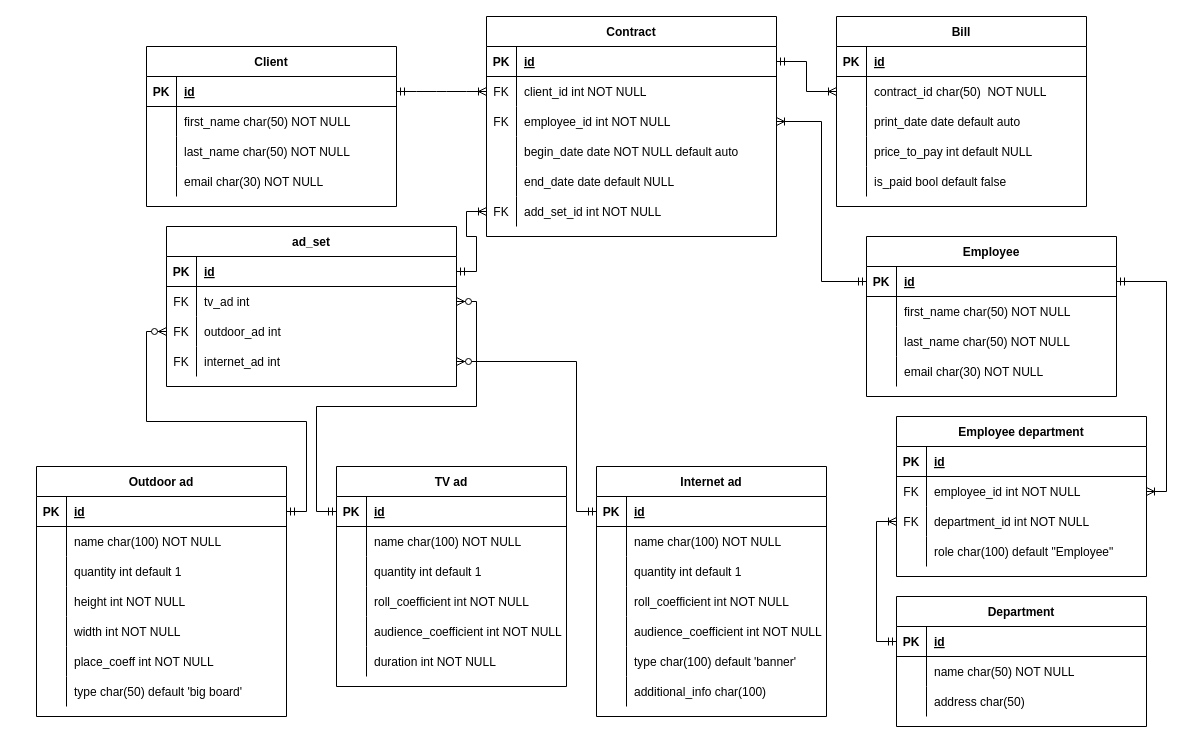
Earlier version of the draw.io diagram AgencySchema.drawio (vittrum/dbc_adv_agency). Source tidied: cells renumbered, new cells numbered last; positions are measured from the earlier drawing's top-left corner, leaving out a move shared by most shapes. Both pictures are drawn from the tidied source at 100%, with x=0, y=0 at pixel (36, 16).
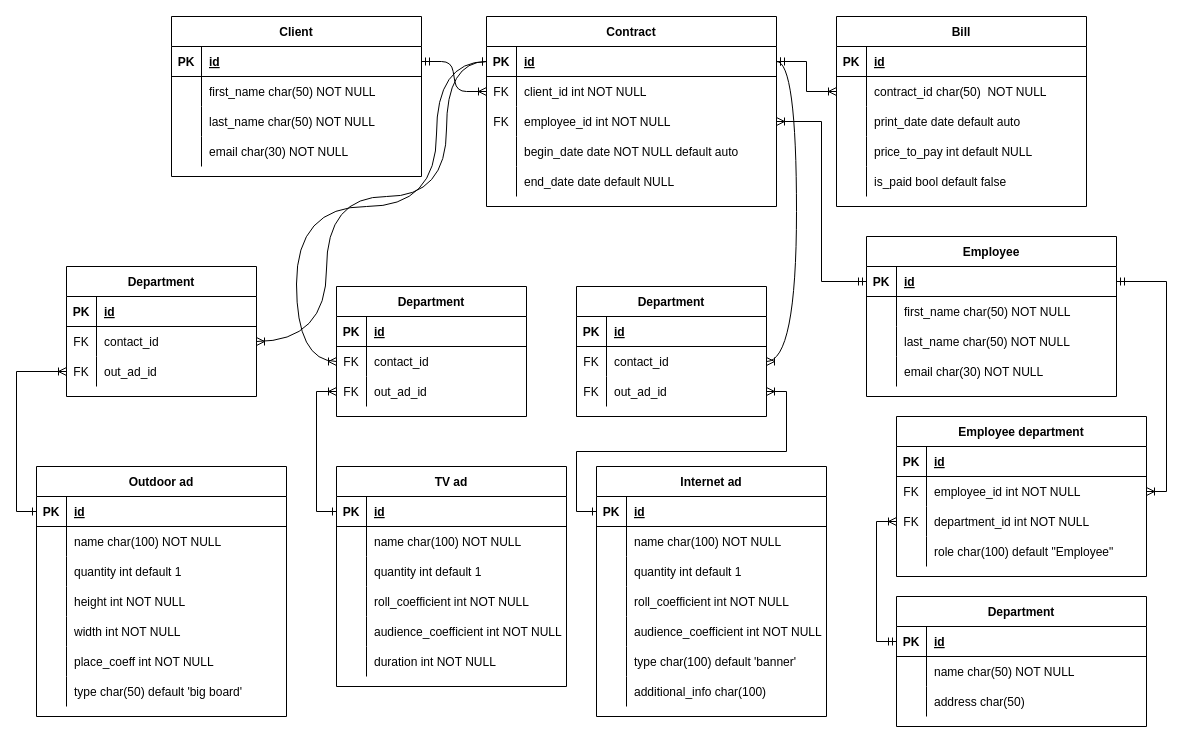
The same diagram, later.

Unchanged cells that the change refers to:
```xml
<mxCell id="4" style="shape=partialRectangle;fillColor=none;points=[[0,0.5],[1,0.5]];portConstraint=eastwest;top=0;left=0;right=0;bottom=1;" parent="3" vertex="1">
  <mxGeometry y="30" width="290" height="30" as="geometry" />
</mxCell>
<mxCell id="92" style="shape=partialRectangle;fillColor=none;points=[[0,0.5],[1,0.5]];portConstraint=eastwest;top=0;left=0;right=0;bottom=1;" parent="91" vertex="1">
  <mxGeometry y="30" width="250" height="30" as="geometry" />
</mxCell>
<mxCell id="114" style="shape=partialRectangle;fillColor=none;points=[[0,0.5],[1,0.5]];portConstraint=eastwest;top=0;left=0;right=0;bottom=1;" parent="113" vertex="1">
  <mxGeometry y="30" width="230" height="30" as="geometry" />
</mxCell>
<mxCell id="133" style="shape=partialRectangle;fillColor=none;points=[[0,0.5],[1,0.5]];portConstraint=eastwest;top=0;left=0;right=0;bottom=1;" parent="132" vertex="1">
  <mxGeometry y="30" width="230" height="30" as="geometry" />
</mxCell>
```

The edit, as a diff of the source:
```diff
@@
     <mxCell id="3" value="Contract" style="shape=table;startSize=30;childLayout=tableLayout;rowLines=0;fontStyle=1;align=center;" parent="1" vertex="1">
-      <mxGeometry x="450" width="290" height="220" as="geometry" />
+      <mxGeometry x="450" width="290" height="190" as="geometry" />
     </mxCell>
@@
-    <mxCell id="19" style="shape=partialRectangle;fillColor=none;points=[[0,0.5],[1,0.5]];portConstraint=eastwest;top=0;left=0;right=0;bottom=0;" parent="3" vertex="1">
-      <mxGeometry y="180" width="290" height="30" as="geometry" />
-    </mxCell>
-    <mxCell id="20" value="FK" style="shape=partialRectangle;overflow=hidden;fillColor=none;top=0;left=0;bottom=0;right=0;" parent="19" vertex="1">
-      <mxGeometry width="30" height="30" as="geometry" />
-    </mxCell>
-    <mxCell id="21" value="add_set_id int NOT NULL" style="shape=partialRectangle;overflow=hidden;fillColor=none;top=0;left=0;bottom=0;right=0;align=left;spacingLeft=6;" parent="19" vertex="1">
-      <mxGeometry x="30" width="260" height="30" as="geometry" />
-    </mxCell>
     <mxCell id="22" value="Client" style="shape=table;startSize=30;childLayout=tableLayout;rowLines=0;fontStyle=1;align=center;" parent="1" vertex="1">
-      <mxGeometry x="110" y="30" width="250" height="160" as="geometry" />
+      <mxGeometry x="135" width="250" height="160" as="geometry" />
     </mxCell>
@@
-    <mxCell id="154" value="ad_set" style="shape=table;startSize=30;childLayout=tableLayout;rowLines=0;fontStyle=1;align=center;" parent="1" vertex="1">
-      <mxGeometry x="130" y="210" width="290" height="160" as="geometry" />
-    </mxCell>
-    <mxCell id="155" style="shape=partialRectangle;fillColor=none;points=[[0,0.5],[1,0.5]];portConstraint=eastwest;top=0;left=0;right=0;bottom=1;" parent="154" vertex="1">
-      <mxGeometry y="30" width="290" height="30" as="geometry" />
-    </mxCell>
-    <mxCell id="156" value="PK" style="shape=partialRectangle;overflow=hidden;fillColor=none;top=0;left=0;bottom=0;right=0;fontStyle=1;" parent="155" vertex="1">
-      <mxGeometry width="30" height="30" as="geometry" />
-    </mxCell>
-    <mxCell id="157" value="id" style="shape=partialRectangle;overflow=hidden;fillColor=none;top=0;left=0;bottom=0;right=0;align=left;spacingLeft=6;fontStyle=5;" parent="155" vertex="1">
-      <mxGeometry x="30" width="260" height="30" as="geometry" />
-    </mxCell>
-    <mxCell id="158" style="shape=partialRectangle;fillColor=none;points=[[0,0.5],[1,0.5]];portConstraint=eastwest;top=0;left=0;right=0;bottom=0;" parent="154" vertex="1">
-      <mxGeometry y="60" width="290" height="30" as="geometry" />
-    </mxCell>
-    <mxCell id="159" value="FK" style="shape=partialRectangle;overflow=hidden;fillColor=none;top=0;left=0;bottom=0;right=0;" parent="158" vertex="1">
-      <mxGeometry width="30" height="30" as="geometry" />
-    </mxCell>
-    <mxCell id="160" value="tv_ad int " style="shape=partialRectangle;overflow=hidden;fillColor=none;top=0;left=0;bottom=0;right=0;align=left;spacingLeft=6;" parent="158" vertex="1">
-      <mxGeometry x="30" width="260" height="30" as="geometry" />
-    </mxCell>
-    <mxCell id="161" style="shape=partialRectangle;fillColor=none;points=[[0,0.5],[1,0.5]];portConstraint=eastwest;top=0;left=0;right=0;bottom=0;" parent="154" vertex="1">
-      <mxGeometry y="90" width="290" height="30" as="geometry" />
-    </mxCell>
-    <mxCell id="162" value="FK" style="shape=partialRectangle;overflow=hidden;fillColor=none;top=0;left=0;bottom=0;right=0;" parent="161" vertex="1">
-      <mxGeometry width="30" height="30" as="geometry" />
-    </mxCell>
-    <mxCell id="163" value="outdoor_ad int" style="shape=partialRectangle;overflow=hidden;fillColor=none;top=0;left=0;bottom=0;right=0;align=left;spacingLeft=6;" parent="161" vertex="1">
-      <mxGeometry x="30" width="260" height="30" as="geometry" />
-    </mxCell>
-    <mxCell id="164" style="shape=partialRectangle;fillColor=none;points=[[0,0.5],[1,0.5]];portConstraint=eastwest;top=0;left=0;right=0;bottom=0;" parent="154" vertex="1">
-      <mxGeometry y="120" width="290" height="30" as="geometry" />
-    </mxCell>
-    <mxCell id="165" value="FK" style="shape=partialRectangle;overflow=hidden;fillColor=none;top=0;left=0;bottom=0;right=0;" parent="164" vertex="1">
-      <mxGeometry width="30" height="30" as="geometry" />
-    </mxCell>
-    <mxCell id="166" value="internet_ad int" style="shape=partialRectangle;overflow=hidden;fillColor=none;top=0;left=0;bottom=0;right=0;align=left;spacingLeft=6;" parent="164" vertex="1">
-      <mxGeometry x="30" width="260" height="30" as="geometry" />
-    </mxCell>
-    <mxCell id="167" style="edgeStyle=orthogonalEdgeStyle;rounded=0;jettySize=auto;html=1;entryX=1;entryY=0.5;entryDx=0;entryDy=0;startArrow=ERmandOne;startFill=0;endArrow=ERzeroToMany;endFill=1;" parent="1" edge="1" source="133" target="164">
-      <mxGeometry relative="1" as="geometry">
-        <Array as="points">
-          <mxPoint x="540" y="495" />
-          <mxPoint x="540" y="345" />
-        </Array>
-      </mxGeometry>
-    </mxCell>
-    <mxCell id="168" style="edgeStyle=orthogonalEdgeStyle;rounded=0;jettySize=auto;html=1;entryX=1;entryY=0.5;entryDx=0;entryDy=0;startArrow=ERmandOne;startFill=0;endArrow=ERzeroToMany;endFill=1;" parent="1" edge="1" source="114" target="158">
-      <mxGeometry relative="1" as="geometry" />
-    </mxCell>
-    <mxCell id="169" style="edgeStyle=orthogonalEdgeStyle;rounded=0;jettySize=auto;html=1;entryX=0;entryY=0.5;entryDx=0;entryDy=0;startArrow=ERmandOne;startFill=0;endArrow=ERzeroToMany;endFill=1;" parent="1" edge="1" source="92" target="161">
-      <mxGeometry relative="1" as="geometry" />
-    </mxCell>
-    <mxCell id="170" style="edgeStyle=orthogonalEdgeStyle;rounded=0;jettySize=auto;html=1;entryX=0;entryY=0.5;entryDx=0;entryDy=0;startArrow=ERmandOne;startFill=0;endArrow=ERoneToMany;endFill=0;" parent="1" edge="1" source="155" target="19">
-      <mxGeometry relative="1" as="geometry" />
-    </mxCell>
+    <mxCell id="171" value="Department" style="shape=table;startSize=30;childLayout=tableLayout;rowLines=0;fontStyle=1;align=center;" parent="1" vertex="1">
+      <mxGeometry x="30" y="250" width="190" height="130" as="geometry" />
+    </mxCell>
+    <mxCell id="172" style="shape=partialRectangle;fillColor=none;top=0;left=0;right=0;bottom=1;" parent="171" vertex="1">
+      <mxGeometry y="30" width="190" height="30" as="geometry" />
+    </mxCell>
+    <mxCell id="173" value="PK" style="shape=partialRectangle;overflow=hidden;fillColor=none;top=0;left=0;bottom=0;right=0;fontStyle=1;" parent="172" vertex="1">
+      <mxGeometry width="30" height="30" as="geometry" />
+    </mxCell>
+    <mxCell id="174" value="id" style="shape=partialRectangle;overflow=hidden;fillColor=none;top=0;left=0;bottom=0;right=0;align=left;spacingLeft=6;fontStyle=5;" parent="172" vertex="1">
+      <mxGeometry x="30" width="160" height="30" as="geometry" />
+    </mxCell>
+    <mxCell id="175" style="shape=partialRectangle;fillColor=none;points=[[0,0.5],[1,0.5]];portConstraint=eastwest;top=0;left=0;right=0;bottom=0;" parent="171" vertex="1">
+      <mxGeometry y="60" width="190" height="30" as="geometry" />
+    </mxCell>
+    <mxCell id="176" value="FK" style="shape=partialRectangle;overflow=hidden;fillColor=none;top=0;left=0;bottom=0;right=0;" parent="175" vertex="1">
+      <mxGeometry width="30" height="30" as="geometry" />
+    </mxCell>
+    <mxCell id="177" value="contact_id " style="shape=partialRectangle;overflow=hidden;fillColor=none;top=0;left=0;bottom=0;right=0;align=left;spacingLeft=6;" parent="175" vertex="1">
+      <mxGeometry x="30" width="160" height="30" as="geometry" />
+    </mxCell>
+    <mxCell id="178" style="shape=partialRectangle;fillColor=none;points=[[0,0.5],[1,0.5]];portConstraint=eastwest;top=0;left=0;right=0;bottom=0;" parent="171" vertex="1">
+      <mxGeometry y="90" width="190" height="30" as="geometry" />
+    </mxCell>
+    <mxCell id="179" value="FK" style="shape=partialRectangle;overflow=hidden;fillColor=none;top=0;left=0;bottom=0;right=0;" parent="178" vertex="1">
+      <mxGeometry width="30" height="30" as="geometry" />
+    </mxCell>
+    <mxCell id="180" value="out_ad_id" style="shape=partialRectangle;overflow=hidden;fillColor=none;top=0;left=0;bottom=0;right=0;align=left;spacingLeft=6;" parent="178" vertex="1">
+      <mxGeometry x="30" width="160" height="30" as="geometry" />
+    </mxCell>
+    <mxCell id="181" value="Department" style="shape=table;startSize=30;childLayout=tableLayout;rowLines=0;fontStyle=1;align=center;" parent="1" vertex="1">
+      <mxGeometry x="300" y="270" width="190" height="130" as="geometry" />
+    </mxCell>
+    <mxCell id="182" style="shape=partialRectangle;fillColor=none;top=0;left=0;right=0;bottom=1;" parent="181" vertex="1">
+      <mxGeometry y="30" width="190" height="30" as="geometry" />
+    </mxCell>
+    <mxCell id="183" value="PK" style="shape=partialRectangle;overflow=hidden;fillColor=none;top=0;left=0;bottom=0;right=0;fontStyle=1;" parent="182" vertex="1">
+      <mxGeometry width="30" height="30" as="geometry" />
+    </mxCell>
+    <mxCell id="184" value="id" style="shape=partialRectangle;overflow=hidden;fillColor=none;top=0;left=0;bottom=0;right=0;align=left;spacingLeft=6;fontStyle=5;" parent="182" vertex="1">
+      <mxGeometry x="30" width="160" height="30" as="geometry" />
+    </mxCell>
+    <mxCell id="185" style="shape=partialRectangle;fillColor=none;top=0;left=0;right=0;bottom=0;" parent="181" vertex="1">
+      <mxGeometry y="60" width="190" height="30" as="geometry" />
+    </mxCell>
+    <mxCell id="186" value="FK" style="shape=partialRectangle;overflow=hidden;fillColor=none;top=0;left=0;bottom=0;right=0;" parent="185" vertex="1">
+      <mxGeometry width="30" height="30" as="geometry" />
+    </mxCell>
+    <mxCell id="187" value="contact_id " style="shape=partialRectangle;overflow=hidden;fillColor=none;top=0;left=0;bottom=0;right=0;align=left;spacingLeft=6;" parent="185" vertex="1">
+      <mxGeometry x="30" width="160" height="30" as="geometry" />
+    </mxCell>
+    <mxCell id="188" style="shape=partialRectangle;fillColor=none;points=[[0,0.5],[1,0.5]];portConstraint=eastwest;top=0;left=0;right=0;bottom=0;" parent="181" vertex="1">
+      <mxGeometry y="90" width="190" height="30" as="geometry" />
+    </mxCell>
+    <mxCell id="189" value="FK" style="shape=partialRectangle;overflow=hidden;fillColor=none;top=0;left=0;bottom=0;right=0;" parent="188" vertex="1">
+      <mxGeometry width="30" height="30" as="geometry" />
+    </mxCell>
+    <mxCell id="190" value="out_ad_id" style="shape=partialRectangle;overflow=hidden;fillColor=none;top=0;left=0;bottom=0;right=0;align=left;spacingLeft=6;" parent="188" vertex="1">
+      <mxGeometry x="30" width="160" height="30" as="geometry" />
+    </mxCell>
+    <mxCell id="191" value="Department" style="shape=table;startSize=30;childLayout=tableLayout;rowLines=0;fontStyle=1;align=center;" parent="1" vertex="1">
+      <mxGeometry x="540" y="270" width="190" height="130" as="geometry" />
+    </mxCell>
+    <mxCell id="192" style="shape=partialRectangle;fillColor=none;top=0;left=0;right=0;bottom=1;" parent="191" vertex="1">
+      <mxGeometry y="30" width="190" height="30" as="geometry" />
+    </mxCell>
+    <mxCell id="193" value="PK" style="shape=partialRectangle;overflow=hidden;fillColor=none;top=0;left=0;bottom=0;right=0;fontStyle=1;" parent="192" vertex="1">
+      <mxGeometry width="30" height="30" as="geometry" />
+    </mxCell>
+    <mxCell id="194" value="id" style="shape=partialRectangle;overflow=hidden;fillColor=none;top=0;left=0;bottom=0;right=0;align=left;spacingLeft=6;fontStyle=5;" parent="192" vertex="1">
+      <mxGeometry x="30" width="160" height="30" as="geometry" />
+    </mxCell>
+    <mxCell id="195" style="shape=partialRectangle;fillColor=none;points=[[0,0.5],[1,0.5]];portConstraint=eastwest;top=0;left=0;right=0;bottom=0;" parent="191" vertex="1">
+      <mxGeometry y="60" width="190" height="30" as="geometry" />
+    </mxCell>
+    <mxCell id="196" value="FK" style="shape=partialRectangle;overflow=hidden;fillColor=none;top=0;left=0;bottom=0;right=0;" parent="195" vertex="1">
+      <mxGeometry width="30" height="30" as="geometry" />
+    </mxCell>
+    <mxCell id="197" value="contact_id " style="shape=partialRectangle;overflow=hidden;fillColor=none;top=0;left=0;bottom=0;right=0;align=left;spacingLeft=6;" parent="195" vertex="1">
+      <mxGeometry x="30" width="160" height="30" as="geometry" />
+    </mxCell>
+    <mxCell id="198" style="shape=partialRectangle;fillColor=none;points=[[0,0.5],[1,0.5]];portConstraint=eastwest;top=0;left=0;right=0;bottom=0;" parent="191" vertex="1">
+      <mxGeometry y="90" width="190" height="30" as="geometry" />
+    </mxCell>
+    <mxCell id="199" value="FK" style="shape=partialRectangle;overflow=hidden;fillColor=none;top=0;left=0;bottom=0;right=0;" parent="198" vertex="1">
+      <mxGeometry width="30" height="30" as="geometry" />
+    </mxCell>
+    <mxCell id="200" value="out_ad_id" style="shape=partialRectangle;overflow=hidden;fillColor=none;top=0;left=0;bottom=0;right=0;align=left;spacingLeft=6;" parent="198" vertex="1">
+      <mxGeometry x="30" width="160" height="30" as="geometry" />
+    </mxCell>
+    <mxCell id="201" style="edgeStyle=orthogonalEdgeStyle;rounded=0;jettySize=auto;html=1;entryX=0;entryY=0.5;entryDx=0;entryDy=0;endArrow=ERoneToMany;endFill=0;startArrow=ERone;startFill=0;" parent="1" edge="1" source="114" target="188">
+      <mxGeometry relative="1" as="geometry" />
+    </mxCell>
+    <mxCell id="202" style="edgeStyle=orthogonalEdgeStyle;rounded=0;jettySize=auto;html=1;entryX=1;entryY=0.5;entryDx=0;entryDy=0;startArrow=ERone;startFill=0;endArrow=ERoneToMany;endFill=0;" parent="1" edge="1" source="133" target="198">
+      <mxGeometry relative="1" as="geometry" />
+    </mxCell>
+    <mxCell id="203" style="edgeStyle=orthogonalEdgeStyle;rounded=0;jettySize=auto;html=1;entryX=0;entryY=0.5;entryDx=0;entryDy=0;startArrow=ERone;startFill=0;endArrow=ERoneToMany;endFill=0;" parent="1" edge="1" source="92" target="178">
+      <mxGeometry relative="1" as="geometry" />
+    </mxCell>
+    <mxCell id="204" style="edgeStyle=orthogonalEdgeStyle;rounded=0;jettySize=auto;html=1;startArrow=ERone;startFill=0;endArrow=ERoneToMany;endFill=0;curved=1;exitX=0;exitY=0.5;exitDx=0;exitDy=0;" parent="1" edge="1" source="4">
+      <mxGeometry relative="1" as="geometry">
+        <mxPoint x="300" y="345" as="targetPoint" />
+        <Array as="points">
+          <mxPoint x="400" y="45" />
+          <mxPoint x="400" y="190" />
+          <mxPoint x="260" y="190" />
+          <mxPoint x="260" y="345" />
+        </Array>
+      </mxGeometry>
+    </mxCell>
+    <mxCell id="205" style="edgeStyle=orthogonalEdgeStyle;curved=1;rounded=0;jettySize=auto;html=1;entryX=1;entryY=0.5;entryDx=0;entryDy=0;startArrow=ERone;startFill=0;endArrow=ERoneToMany;endFill=0;" parent="1" edge="1" source="4" target="195">
+      <mxGeometry relative="1" as="geometry" />
+    </mxCell>
+    <mxCell id="206" style="edgeStyle=orthogonalEdgeStyle;curved=1;rounded=0;jettySize=auto;html=1;entryX=1;entryY=0.5;entryDx=0;entryDy=0;startArrow=ERone;startFill=0;endArrow=ERoneToMany;endFill=0;" parent="1" edge="1" source="4" target="175">
+      <mxGeometry relative="1" as="geometry">
+        <Array as="points">
+          <mxPoint x="410" y="45" />
+          <mxPoint x="410" y="180" />
+          <mxPoint x="290" y="180" />
+          <mxPoint x="290" y="325" />
+        </Array>
+      </mxGeometry>
+    </mxCell>
```
